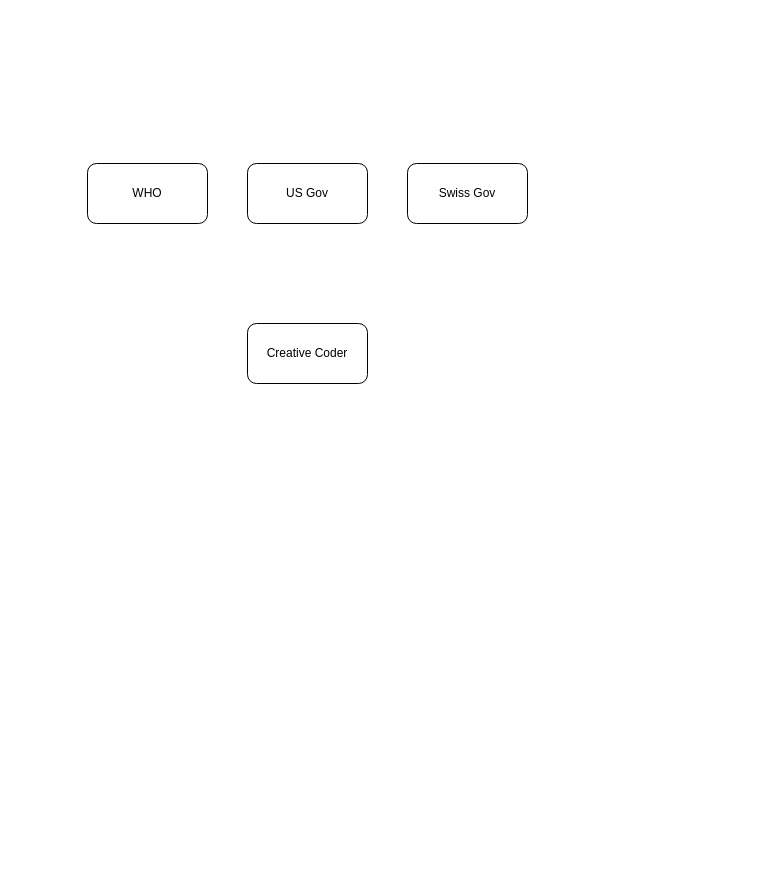
The draw.io diagram zkml.drawio in guillaumelauzier/zkml-montreal, before the edit. Source tidied: cells renumbered, new cells numbered last; positions are measured from the earlier drawing's top-left corner, leaving out a move shared by most shapes. Both pictures are drawn from the tidied source at 100%, with x=0, y=0 at pixel (87, 163).
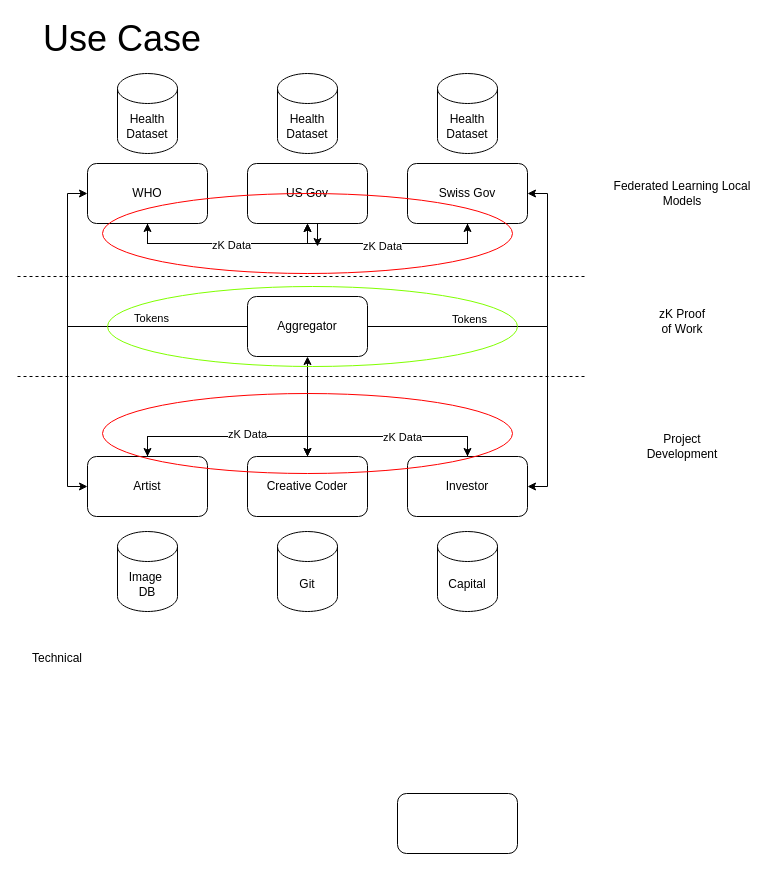
After the change.

Unchanged cells that the change refers to:
```xml
<mxCell id="3" value="Swiss Gov" style="rounded=1;whiteSpace=wrap;html=1;" parent="1" vertex="1">
  <mxGeometry x="320" width="120" height="60" as="geometry" />
</mxCell>
<mxCell id="4" value="US Gov" style="rounded=1;whiteSpace=wrap;html=1;" parent="1" vertex="1">
  <mxGeometry x="160" width="120" height="60" as="geometry" />
</mxCell>
<mxCell id="5" value="WHO" style="rounded=1;whiteSpace=wrap;html=1;" parent="1" vertex="1">
  <mxGeometry width="120" height="60" as="geometry" />
</mxCell>
```

Change to the diagram source:
```diff
@@
+    <mxCell id="6" style="edgeStyle=orthogonalEdgeStyle;rounded=0;jettySize=auto;html=1;exitX=0.5;exitY=0;exitDx=0;exitDy=0;entryX=0.5;entryY=0;entryDx=0;entryDy=0;" parent="1" edge="1" source="2" target="23">
+      <mxGeometry relative="1" as="geometry" />
+    </mxCell>
+    <mxCell id="7" style="edgeStyle=orthogonalEdgeStyle;rounded=0;jettySize=auto;html=1;exitX=0.5;exitY=0;exitDx=0;exitDy=0;entryX=0.5;entryY=0;entryDx=0;entryDy=0;" parent="1" edge="1" source="2" target="26">
+      <mxGeometry relative="1" as="geometry" />
+    </mxCell>
+    <mxCell id="8" style="edgeStyle=orthogonalEdgeStyle;rounded=0;jettySize=auto;html=1;exitX=0.5;exitY=0;exitDx=0;exitDy=0;entryX=0.5;entryY=1;entryDx=0;entryDy=0;" parent="1" edge="1" source="2" target="39">
+      <mxGeometry relative="1" as="geometry" />
+    </mxCell>
     <mxCell id="2" value="Creative Coder" style="rounded=1;whiteSpace=wrap;html=1;" parent="1" vertex="1">
-      <mxGeometry x="160" y="160" width="120" height="60" as="geometry" />
+      <mxGeometry x="160" y="293" width="120" height="60" as="geometry" />
     </mxCell>
+    <mxCell id="9" style="edgeStyle=orthogonalEdgeStyle;rounded=0;jettySize=auto;html=1;exitX=0.5;exitY=1;exitDx=0;exitDy=0;entryX=0.5;entryY=1;entryDx=0;entryDy=0;" parent="1" edge="1" source="3" target="4">
+      <mxGeometry relative="1" as="geometry" />
+    </mxCell>
+    <mxCell id="10" style="edgeStyle=orthogonalEdgeStyle;rounded=0;jettySize=auto;html=1;exitX=0.5;exitY=1;exitDx=0;exitDy=0;entryX=0.5;entryY=1;entryDx=0;entryDy=0;" parent="1" edge="1" source="3" target="5">
+      <mxGeometry relative="1" as="geometry" />
+    </mxCell>
@@
+    <mxCell id="11" style="edgeStyle=orthogonalEdgeStyle;rounded=0;jettySize=auto;html=1;exitX=0.5;exitY=1;exitDx=0;exitDy=0;" parent="1" edge="1" target="39">
+      <mxGeometry relative="1" as="geometry">
+        <mxPoint x="230" y="163" as="sourcePoint" />
+      </mxGeometry>
+    </mxCell>
@@
+    <mxCell id="12" style="edgeStyle=orthogonalEdgeStyle;rounded=0;jettySize=auto;html=1;exitX=0.5;exitY=1;exitDx=0;exitDy=0;entryX=0.5;entryY=1;entryDx=0;entryDy=0;" parent="1" edge="1" source="5" target="4">
+      <mxGeometry relative="1" as="geometry" />
+    </mxCell>
+    <mxCell id="13" style="edgeStyle=orthogonalEdgeStyle;rounded=0;jettySize=auto;html=1;exitX=0.5;exitY=1;exitDx=0;exitDy=0;entryX=0.5;entryY=1;entryDx=0;entryDy=0;" parent="1" edge="1" source="5" target="3">
+      <mxGeometry relative="1" as="geometry" />
+    </mxCell>
+    <mxCell id="14" value="zK Data" style="edgeLabel;html=1;align=center;verticalAlign=middle;" parent="13" vertex="1">
+      <mxGeometry x="-0.43" y="-1" relative="1" as="geometry" />
+    </mxCell>
+    <mxCell id="15" value="zK Data" style="edgeLabel;html=1;align=center;verticalAlign=middle;" parent="13" vertex="1">
+      <mxGeometry x="0.41" y="-2" relative="1" as="geometry" />
+    </mxCell>
@@
+    <mxCell id="16" value="Health&lt;div&gt;Dataset&lt;/div&gt;" style="shape=cylinder3;whiteSpace=wrap;html=1;boundedLbl=1;backgroundOutline=1;size=15;" parent="1" vertex="1">
+      <mxGeometry x="30" y="-90" width="60" height="80" as="geometry" />
+    </mxCell>
+    <mxCell id="17" value="Health&lt;div&gt;Dataset&lt;/div&gt;" style="shape=cylinder3;whiteSpace=wrap;html=1;boundedLbl=1;backgroundOutline=1;size=15;" parent="1" vertex="1">
+      <mxGeometry x="190" y="-90" width="60" height="80" as="geometry" />
+    </mxCell>
+    <mxCell id="18" value="Health&lt;div&gt;Dataset&lt;/div&gt;" style="shape=cylinder3;whiteSpace=wrap;html=1;boundedLbl=1;backgroundOutline=1;size=15;" parent="1" vertex="1">
+      <mxGeometry x="350" y="-90" width="60" height="80" as="geometry" />
+    </mxCell>
+    <mxCell id="19" value="Git" style="shape=cylinder3;whiteSpace=wrap;html=1;boundedLbl=1;backgroundOutline=1;size=15;" parent="1" vertex="1">
+      <mxGeometry x="190" y="368" width="60" height="80" as="geometry" />
+    </mxCell>
+    <mxCell id="20" style="edgeStyle=orthogonalEdgeStyle;rounded=0;jettySize=auto;html=1;exitX=0.5;exitY=0;exitDx=0;exitDy=0;entryX=0.5;entryY=0;entryDx=0;entryDy=0;" parent="1" edge="1" source="23" target="2">
+      <mxGeometry relative="1" as="geometry" />
+    </mxCell>
+    <mxCell id="21" style="edgeLabel;html=1;align=center;verticalAlign=middle;" parent="20" vertex="1">
+      <mxGeometry x="-0.02" relative="1" as="geometry" />
+    </mxCell>
+    <mxCell id="22" value="zK Data" style="edgeLabel;html=1;align=center;verticalAlign=middle;" parent="20" vertex="1">
+      <mxGeometry x="0.19" y="3" relative="1" as="geometry" />
+    </mxCell>
+    <mxCell id="23" value="Artist" style="rounded=1;whiteSpace=wrap;html=1;" parent="1" vertex="1">
+      <mxGeometry y="293" width="120" height="60" as="geometry" />
+    </mxCell>
+    <mxCell id="24" style="edgeStyle=orthogonalEdgeStyle;rounded=0;jettySize=auto;html=1;exitX=0.5;exitY=0;exitDx=0;exitDy=0;entryX=0.5;entryY=0;entryDx=0;entryDy=0;" parent="1" edge="1" source="26" target="2">
+      <mxGeometry relative="1" as="geometry" />
+    </mxCell>
+    <mxCell id="25" value="zK Data" style="edgeLabel;html=1;align=center;verticalAlign=middle;" parent="24" vertex="1">
+      <mxGeometry x="-0.14" relative="1" as="geometry" />
+    </mxCell>
+    <mxCell id="26" value="Investor" style="rounded=1;whiteSpace=wrap;html=1;" parent="1" vertex="1">
+      <mxGeometry x="320" y="293" width="120" height="60" as="geometry" />
+    </mxCell>
+    <mxCell id="27" value="&lt;font style=&quot;font-size: 36px;&quot;&gt;Use Case&lt;/font&gt;" style="text;html=1;align=center;verticalAlign=middle;whiteSpace=wrap;rounded=0;" parent="1" vertex="1">
+      <mxGeometry x="-50" y="-140" width="170" height="30" as="geometry" />
+    </mxCell>
+    <mxCell id="28" value="Image&amp;nbsp;&lt;div&gt;DB&lt;/div&gt;" style="shape=cylinder3;whiteSpace=wrap;html=1;boundedLbl=1;backgroundOutline=1;size=15;" parent="1" vertex="1">
+      <mxGeometry x="30" y="368" width="60" height="80" as="geometry" />
+    </mxCell>
+    <mxCell id="29" value="Capital" style="shape=cylinder3;whiteSpace=wrap;html=1;boundedLbl=1;backgroundOutline=1;size=15;" parent="1" vertex="1">
+      <mxGeometry x="350" y="368" width="60" height="80" as="geometry" />
+    </mxCell>
+    <mxCell id="30" style="endArrow=none;dashed=1;html=1;rounded=0;" parent="1" edge="1">
+      <mxGeometry relative="1" as="geometry">
+        <mxPoint x="-70" y="113" as="sourcePoint" />
+        <mxPoint x="500" y="113" as="targetPoint" />
+      </mxGeometry>
+    </mxCell>
+    <mxCell id="31" value="Federated Learning Local Models" style="text;html=1;align=center;verticalAlign=middle;whiteSpace=wrap;rounded=0;" parent="1" vertex="1">
+      <mxGeometry x="520" y="15" width="150" height="30" as="geometry" />
+    </mxCell>
+    <mxCell id="32" value="zK Proof of Work" style="text;html=1;align=center;verticalAlign=middle;whiteSpace=wrap;rounded=0;" parent="1" vertex="1">
+      <mxGeometry x="565" y="143" width="60" height="30" as="geometry" />
+    </mxCell>
+    <mxCell id="33" style="edgeStyle=orthogonalEdgeStyle;rounded=0;jettySize=auto;html=1;exitX=1;exitY=0.5;exitDx=0;exitDy=0;entryX=1;entryY=0.5;entryDx=0;entryDy=0;" parent="1" edge="1" source="39" target="26">
+      <mxGeometry relative="1" as="geometry" />
+    </mxCell>
+    <mxCell id="34" value="Tokens" style="edgeLabel;html=1;align=center;verticalAlign=middle;" parent="33" vertex="1">
+      <mxGeometry x="-0.44" y="1" relative="1" as="geometry">
+        <mxPoint y="-7" as="offset" />
+      </mxGeometry>
+    </mxCell>
+    <mxCell id="35" style="edgeStyle=orthogonalEdgeStyle;rounded=0;jettySize=auto;html=1;exitX=0;exitY=0.5;exitDx=0;exitDy=0;entryX=0;entryY=0.5;entryDx=0;entryDy=0;" parent="1" edge="1" source="39" target="23">
+      <mxGeometry relative="1" as="geometry" />
+    </mxCell>
+    <mxCell id="36" value="Tokens" style="edgeLabel;html=1;align=center;verticalAlign=middle;" parent="35" vertex="1">
+      <mxGeometry x="-0.46" y="3" relative="1" as="geometry">
+        <mxPoint y="-12" as="offset" />
+      </mxGeometry>
+    </mxCell>
+    <mxCell id="37" style="edgeStyle=orthogonalEdgeStyle;rounded=0;jettySize=auto;html=1;exitX=0;exitY=0.5;exitDx=0;exitDy=0;entryX=0;entryY=0.5;entryDx=0;entryDy=0;" parent="1" edge="1" source="39" target="5">
+      <mxGeometry relative="1" as="geometry" />
+    </mxCell>
+    <mxCell id="38" style="edgeStyle=orthogonalEdgeStyle;rounded=0;jettySize=auto;html=1;exitX=1;exitY=0.5;exitDx=0;exitDy=0;entryX=1;entryY=0.5;entryDx=0;entryDy=0;" parent="1" edge="1" source="39" target="3">
+      <mxGeometry relative="1" as="geometry" />
+    </mxCell>
+    <mxCell id="39" value="Aggregator" style="rounded=1;whiteSpace=wrap;html=1;" parent="1" vertex="1">
+      <mxGeometry x="160" y="133" width="120" height="60" as="geometry" />
+    </mxCell>
+    <mxCell id="40" style="endArrow=none;dashed=1;html=1;rounded=0;" parent="1" edge="1">
+      <mxGeometry relative="1" as="geometry">
+        <mxPoint x="-70" y="213" as="sourcePoint" />
+        <mxPoint x="500" y="213" as="targetPoint" />
+      </mxGeometry>
+    </mxCell>
+    <mxCell id="41" value="Project Development" style="text;html=1;align=center;verticalAlign=middle;whiteSpace=wrap;rounded=0;" parent="1" vertex="1">
+      <mxGeometry x="565" y="268" width="60" height="30" as="geometry" />
+    </mxCell>
+    <mxCell id="42" style="rounded=1;whiteSpace=wrap;html=1;" parent="1" vertex="1">
+      <mxGeometry x="310" y="630" width="120" height="60" as="geometry" />
+    </mxCell>
+    <mxCell id="43" value="Technical" style="text;html=1;align=center;verticalAlign=middle;whiteSpace=wrap;rounded=0;" parent="1" vertex="1">
+      <mxGeometry x="-60" y="480" width="60" height="30" as="geometry" />
+    </mxCell>
+    <mxCell id="44" style="ellipse;whiteSpace=wrap;html=1;fillColor=none;strokeColor=#FF0000;" parent="1" vertex="1">
+      <mxGeometry x="15" y="30" width="410" height="80" as="geometry" />
+    </mxCell>
+    <mxCell id="45" style="ellipse;whiteSpace=wrap;html=1;fillColor=none;strokeColor=#FF0000;" parent="1" vertex="1">
+      <mxGeometry x="15" y="230" width="410" height="80" as="geometry" />
+    </mxCell>
+    <mxCell id="46" style="edgeStyle=orthogonalEdgeStyle;rounded=0;jettySize=auto;html=1;exitX=0.5;exitY=1;exitDx=0;exitDy=0;" parent="1" edge="1" source="4">
+      <mxGeometry relative="1" as="geometry">
+        <mxPoint x="230" y="83" as="targetPoint" />
+      </mxGeometry>
+    </mxCell>
+    <mxCell id="47" style="ellipse;whiteSpace=wrap;html=1;fillColor=none;strokeColor=#80FF00;" parent="1" vertex="1">
+      <mxGeometry x="20" y="123" width="410" height="80" as="geometry" />
+    </mxCell>
```
